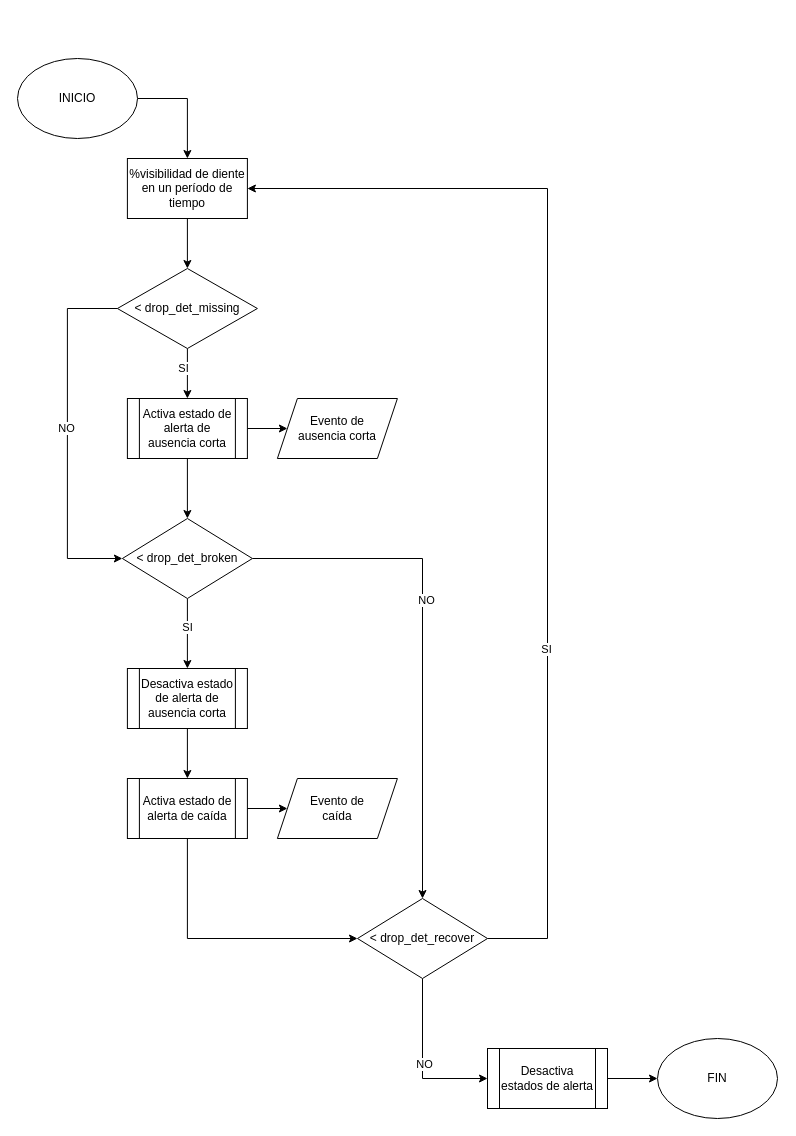
This is page "Page-1" (1 of 3) of generacionEventos.drawio from MS4Mml/diagrams, a draw.io file, before an edit. Source tidied: cells renumbered, new cells numbered last; positions are measured from the earlier drawing's top-left corner, leaving out a move shared by most shapes. Both pictures are drawn from the tidied source at 100%, with x=0, y=0 at pixel (17, 58).
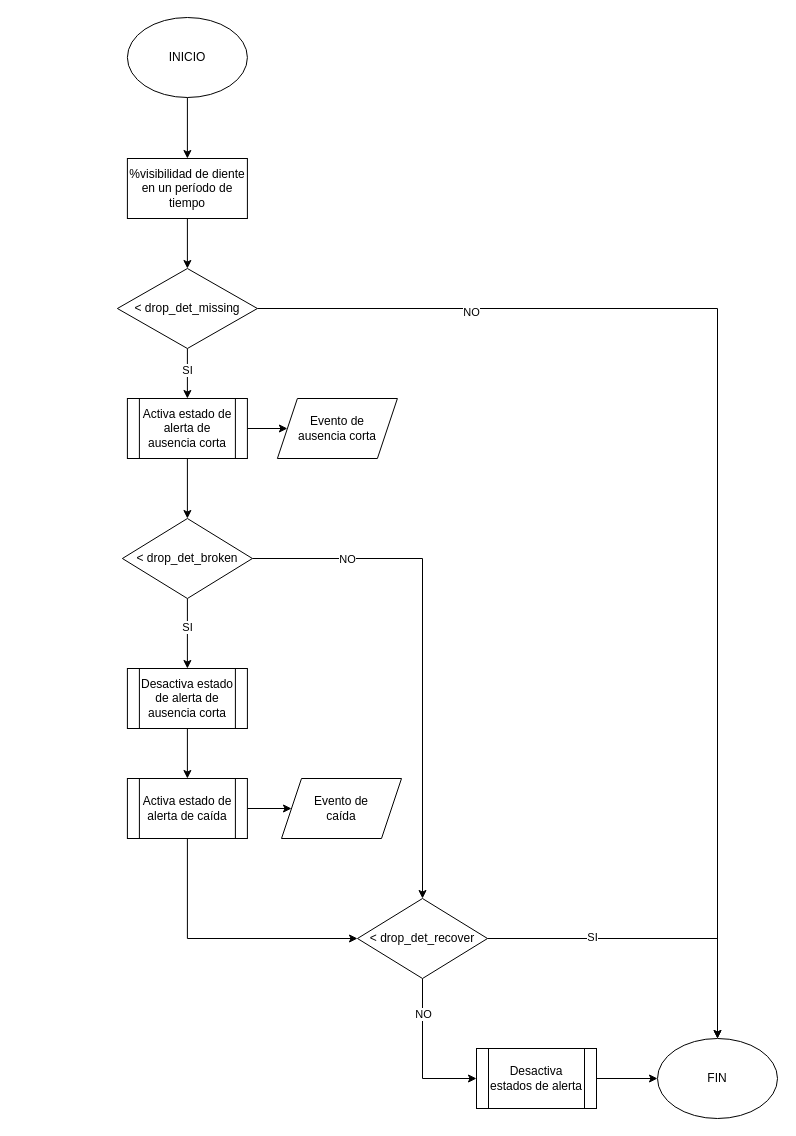
After the change.

Unchanged cells that the change refers to:
```xml
<mxCell id="4" value="%visibilidad de diente en un período de tiempo" style="whiteSpace=wrap;html=1;rounded=0;" parent="1" vertex="1">
  <mxGeometry x="109.9" y="100" width="120" height="60" as="geometry" />
</mxCell>
<mxCell id="5" style="edgeStyle=orthogonalEdgeStyle;rounded=0;jettySize=auto;html=1;" parent="1" edge="1" source="9" target="18">
  <mxGeometry relative="1" as="geometry" />
</mxCell>
<mxCell id="9" value="&amp;lt; drop_det_missing" style="rhombus;whiteSpace=wrap;html=1;rounded=0;" parent="1" vertex="1">
  <mxGeometry x="99.9" y="210" width="140" height="80" as="geometry" />
</mxCell>
<mxCell id="16" value="&amp;lt; drop_det_broken" style="rhombus;whiteSpace=wrap;html=1;rounded=0;" parent="1" vertex="1">
  <mxGeometry x="104.9" y="460" width="130" height="80" as="geometry" />
</mxCell>
<mxCell id="21" value="Activa estado de alerta de caída" style="shape=process;whiteSpace=wrap;html=1;backgroundOutline=1;" parent="1" vertex="1">
  <mxGeometry x="109.9" y="720" width="120" height="60" as="geometry" />
</mxCell>
<mxCell id="26" style="edgeStyle=orthogonalEdgeStyle;rounded=0;jettySize=auto;html=1;exitX=0.5;exitY=1;exitDx=0;exitDy=0;entryX=0;entryY=0.5;entryDx=0;entryDy=0;" parent="1" edge="1" source="30" target="32">
  <mxGeometry relative="1" as="geometry" />
</mxCell>
<mxCell id="30" value="&amp;lt; drop_det_recover" style="rhombus;whiteSpace=wrap;html=1;rounded=0;" parent="1" vertex="1">
  <mxGeometry x="340" y="840" width="130" height="80" as="geometry" />
</mxCell>
<mxCell id="33" value="FIN" style="ellipse;whiteSpace=wrap;html=1;" parent="1" vertex="1">
  <mxGeometry x="640" y="980" width="120" height="80" as="geometry" />
</mxCell>
```

Diff of the diagram source:
```diff
@@
-    <mxCell id="2" style="edgeStyle=orthogonalEdgeStyle;rounded=0;jettySize=auto;html=1;exitX=1;exitY=0.5;exitDx=0;exitDy=0;" parent="1" edge="1" source="11" target="4">
+    <mxCell id="2" style="edgeStyle=orthogonalEdgeStyle;rounded=0;jettySize=auto;html=1;exitX=0.5;exitY=1;exitDx=0;exitDy=0;" parent="1" edge="1" source="11" target="4">
       <mxGeometry relative="1" as="geometry" />
     </mxCell>
@@
     <mxCell id="6" value="SI" style="edgeLabel;html=1;align=center;verticalAlign=middle;" parent="5" vertex="1">
-      <mxGeometry x="-0.26" y="-4" relative="1" as="geometry" />
+      <mxGeometry x="-0.26" y="-4" relative="1" as="geometry">
+        <mxPoint x="4" y="2" as="offset" />
+      </mxGeometry>
     </mxCell>
-    <mxCell id="7" style="edgeStyle=orthogonalEdgeStyle;rounded=0;jettySize=auto;html=1;entryX=0;entryY=0.5;entryDx=0;entryDy=0;exitX=0;exitY=0.5;exitDx=0;exitDy=0;" parent="1" edge="1" source="9" target="16">
-      <mxGeometry relative="1" as="geometry">
-        <Array as="points">
-          <mxPoint x="49.9" y="250" />
-          <mxPoint x="49.9" y="500" />
-        </Array>
-      </mxGeometry>
-    </mxCell>
+    <mxCell id="34" style="edgeStyle=orthogonalEdgeStyle;rounded=0;jettySize=auto;html=1;exitX=1;exitY=0.5;exitDx=0;exitDy=0;entryX=0.5;entryY=0;entryDx=0;entryDy=0;" parent="1" edge="1" source="9" target="33">
+      <mxGeometry relative="1" as="geometry" />
+    </mxCell>
-    <mxCell id="8" value="NO" style="edgeLabel;html=1;align=center;verticalAlign=middle;" parent="7" vertex="1">
-      <mxGeometry x="-0.05" y="-1" relative="1" as="geometry" />
+    <mxCell id="8" value="NO" style="edgeLabel;html=1;align=center;verticalAlign=middle;" parent="34" vertex="1">
+      <mxGeometry x="-0.64" y="-3" relative="1" as="geometry" />
     </mxCell>
@@
     <mxCell id="11" value="INICIO" style="ellipse;whiteSpace=wrap;html=1;" parent="1" vertex="1">
-      <mxGeometry width="120" height="80" as="geometry" />
+      <mxGeometry x="109.9" y="-41" width="120" height="80" as="geometry" />
     </mxCell>
@@
-    <mxCell id="14" style="edgeStyle=orthogonalEdgeStyle;rounded=0;jettySize=auto;html=1;" parent="1" edge="1" source="16" target="30">
+    <mxCell id="14" style="edgeStyle=orthogonalEdgeStyle;rounded=0;jettySize=auto;html=1;entryX=0.5;entryY=0;entryDx=0;entryDy=0;" parent="1" edge="1" source="16" target="30">
       <mxGeometry relative="1" as="geometry">
         <Array as="points">
           <mxPoint x="405" y="500" />
         </Array>
       </mxGeometry>
     </mxCell>
     <mxCell id="15" value="NO" style="edgeLabel;html=1;align=center;verticalAlign=middle;" parent="14" vertex="1">
-      <mxGeometry x="-0.17" y="3" relative="1" as="geometry" />
+      <mxGeometry x="-0.17" y="3" relative="1" as="geometry">
+        <mxPoint x="-79" y="-41" as="offset" />
+      </mxGeometry>
     </mxCell>
@@
+    <mxCell id="23" style="edgeStyle=orthogonalEdgeStyle;rounded=0;jettySize=auto;html=1;exitX=1;exitY=0.5;exitDx=0;exitDy=0;entryX=0;entryY=0.5;entryDx=0;entryDy=0;" parent="1" edge="1" source="21" target="25">
+      <mxGeometry relative="1" as="geometry" />
+    </mxCell>
@@
-    <mxCell id="23" style="edgeStyle=orthogonalEdgeStyle;rounded=0;jettySize=auto;html=1;exitX=1;exitY=0.5;exitDx=0;exitDy=0;" parent="1" edge="1" source="21" target="25">
-      <mxGeometry relative="1" as="geometry" />
-    </mxCell>
@@
     <mxCell id="25" value="Evento de &lt;br&gt;caída" style="shape=parallelogram;perimeter=parallelogramPerimeter;whiteSpace=wrap;html=1;fixedSize=1;" parent="1" vertex="1">
-      <mxGeometry x="259.9" y="720" width="120" height="60" as="geometry" />
+      <mxGeometry x="264" y="720" width="120" height="60" as="geometry" />
     </mxCell>
@@
     <mxCell id="27" value="NO" style="edgeLabel;html=1;align=center;verticalAlign=middle;" parent="26" vertex="1">
-      <mxGeometry x="0.03" y="1" relative="1" as="geometry" />
+      <mxGeometry x="0.03" y="1" relative="1" as="geometry">
+        <mxPoint x="-1" y="-44" as="offset" />
+      </mxGeometry>
     </mxCell>
-    <mxCell id="28" style="edgeStyle=orthogonalEdgeStyle;rounded=0;jettySize=auto;html=1;exitX=1;exitY=0.5;exitDx=0;exitDy=0;entryX=1;entryY=0.5;entryDx=0;entryDy=0;" parent="1" edge="1" source="30" target="4">
+    <mxCell id="28" style="edgeStyle=orthogonalEdgeStyle;rounded=0;jettySize=auto;html=1;exitX=1;exitY=0.5;exitDx=0;exitDy=0;" parent="1" edge="1" source="30" target="33">
       <mxGeometry relative="1" as="geometry">
         <Array as="points">
-          <mxPoint x="530" y="880" />
-          <mxPoint x="530" y="130" />
+          <mxPoint x="700" y="880" />
         </Array>
       </mxGeometry>
     </mxCell>
@@
     <mxCell id="32" value="Desactiva estados de alerta" style="shape=process;whiteSpace=wrap;html=1;backgroundOutline=1;" parent="1" vertex="1">
-      <mxGeometry x="470" y="990" width="120" height="60" as="geometry" />
+      <mxGeometry x="459" y="990" width="120" height="60" as="geometry" />
     </mxCell>
```
